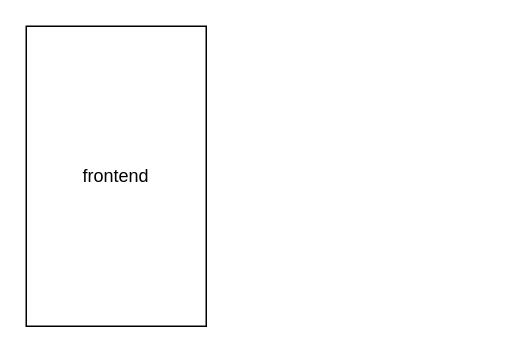
Earlier version of the draw.io diagram Diagram bez tytułu.drawio (Szaj111/prge_01_sk). Source tidied: cells renumbered, new cells numbered last; positions are measured from the earlier drawing's top-left corner, leaving out a move shared by most shapes. Both pictures are drawn from the tidied source at 150%, with x=0, y=0 at pixel (26, 26).
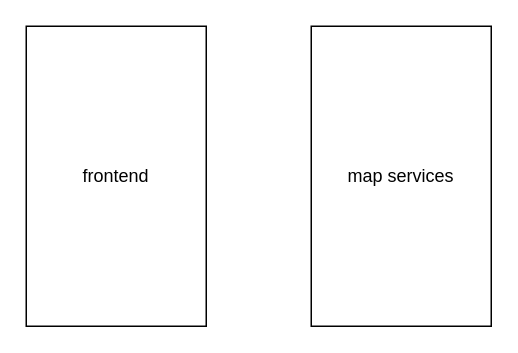
Above is the later version.

Change to the diagram source:
```diff
@@
 <mxGraphModel>
   <root>
     <mxCell id="0" />
     <mxCell id="1" parent="0" />
     <mxCell id="2" value="frontend" style="rounded=0;whiteSpace=wrap;html=1;" parent="1" vertex="1">
       <mxGeometry width="120" height="200" as="geometry" />
     </mxCell>
+    <mxCell id="3" value="map services" style="rounded=0;whiteSpace=wrap;html=1;" parent="1" vertex="1">
+      <mxGeometry x="190" width="120" height="200" as="geometry" />
+    </mxCell>
   </root>
 </mxGraphModel>
```
